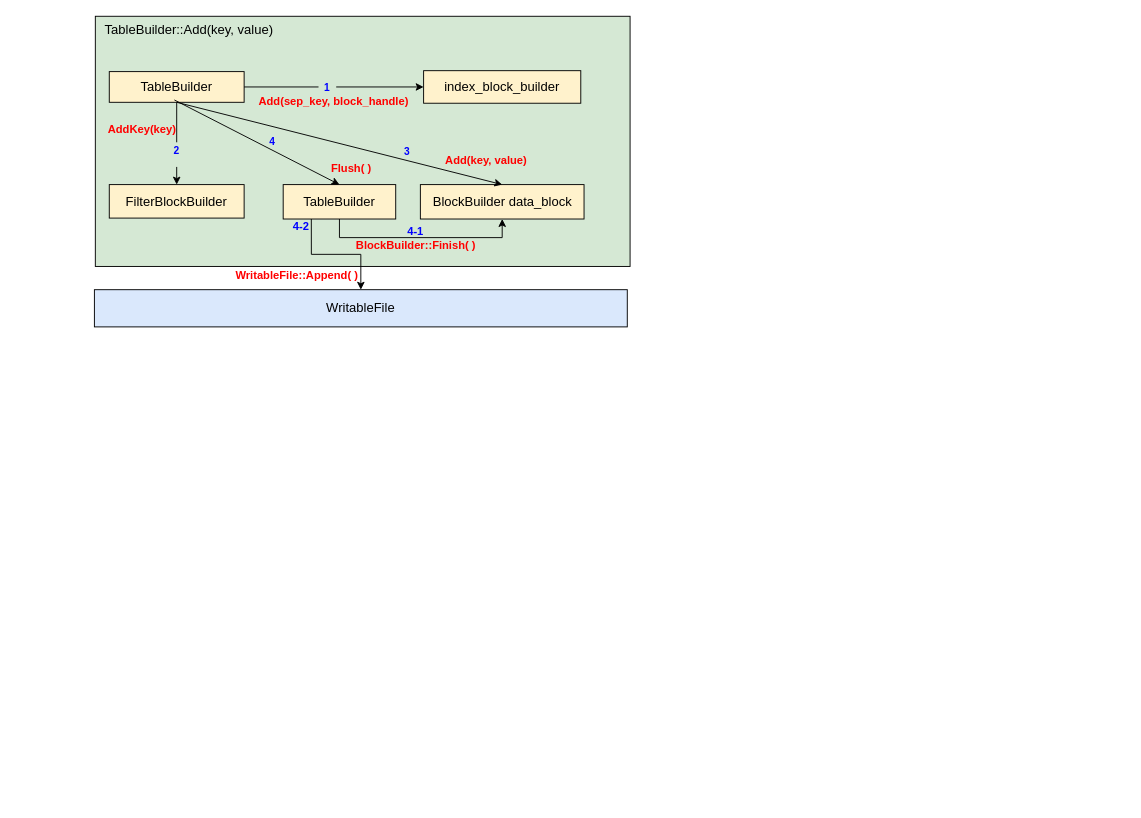
This is page "第 3 页" (3 of 3) of LevelDB Code.drawio from Holworth/DrawIO, a draw.io file, before an edit. Source tidied: cells renumbered, new cells numbered last; positions are measured from the earlier drawing's top-left corner, leaving out a move shared by most shapes. Both pictures are drawn from the tidied source at 93%, with x=0, y=0 at pixel (94, 16).
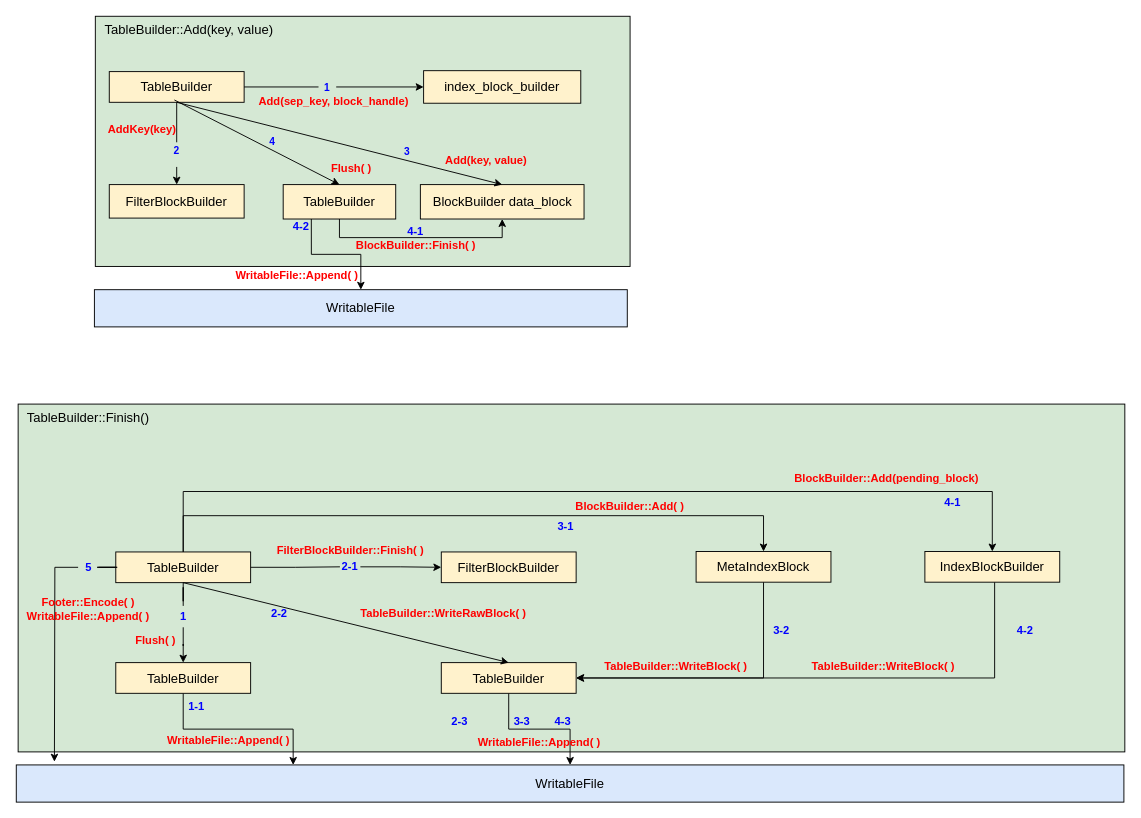
The same page after the edit.

The edit, as a diff of the source:
```diff
@@
+    <mxCell id="30" style="rounded=0;whiteSpace=wrap;html=1;fontSize=14;strokeColor=#000000;fillColor=#d5e8d4;" parent="1" vertex="1">
+      <mxGeometry x="-82" y="417" width="1190" height="374" as="geometry" />
+    </mxCell>
+    <mxCell id="31" value="&lt;font style=&quot;font-size: 14px;&quot; color=&quot;#000000&quot;&gt;TableBuilder::Finish()&lt;/font&gt;" style="text;html=1;strokeColor=none;fillColor=none;align=center;verticalAlign=middle;whiteSpace=wrap;rounded=0;fontSize=12;fontColor=#FF0000;" parent="1" vertex="1">
+      <mxGeometry x="-82" y="417" width="151" height="30" as="geometry" />
+    </mxCell>
+    <mxCell id="32" style="edgeStyle=orthogonalEdgeStyle;rounded=0;jettySize=auto;html=1;entryX=0.5;entryY=0;entryDx=0;entryDy=0;startArrow=none;" parent="1" edge="1" source="40" target="39">
+      <mxGeometry relative="1" as="geometry" />
+    </mxCell>
+    <mxCell id="33" style="edgeStyle=orthogonalEdgeStyle;rounded=0;jettySize=auto;html=1;entryX=0;entryY=0.5;entryDx=0;entryDy=0;fontColor=#0000FF;startArrow=none;" parent="1" edge="1" source="47" target="46">
+      <mxGeometry relative="1" as="geometry" />
+    </mxCell>
+    <mxCell id="34" style="edgeStyle=orthogonalEdgeStyle;rounded=0;jettySize=auto;html=1;exitX=0.5;exitY=0;exitDx=0;exitDy=0;entryX=0.5;entryY=0;entryDx=0;entryDy=0;fontColor=#FF0000;" parent="1" edge="1" source="37" target="56">
+      <mxGeometry relative="1" as="geometry">
+        <Array as="points">
+          <mxPoint x="96" y="537" />
+          <mxPoint x="720" y="537" />
+        </Array>
+      </mxGeometry>
+    </mxCell>
+    <mxCell id="35" style="edgeStyle=orthogonalEdgeStyle;rounded=0;jettySize=auto;html=1;exitX=0.5;exitY=0;exitDx=0;exitDy=0;entryX=0.5;entryY=0;entryDx=0;entryDy=0;fontColor=#FF0000;" parent="1" edge="1" source="37" target="65">
+      <mxGeometry relative="1" as="geometry">
+        <Array as="points">
+          <mxPoint x="96" y="511" />
+          <mxPoint x="966" y="511" />
+        </Array>
+      </mxGeometry>
+    </mxCell>
+    <mxCell id="36" style="edgeStyle=orthogonalEdgeStyle;rounded=0;jettySize=auto;html=1;fontColor=#FF0000;startArrow=none;" parent="1" edge="1" source="71">
+      <mxGeometry relative="1" as="geometry">
+        <mxPoint x="-43" y="801.5" as="targetPoint" />
+      </mxGeometry>
+    </mxCell>
+    <mxCell id="37" value="TableBuilder" style="rounded=0;whiteSpace=wrap;html=1;fontSize=14;strokeColor=#000000;fillColor=#fff2cc;" parent="1" vertex="1">
+      <mxGeometry x="23" y="576" width="145" height="33" as="geometry" />
+    </mxCell>
+    <mxCell id="38" style="edgeStyle=orthogonalEdgeStyle;rounded=0;jettySize=auto;html=1;entryX=0.25;entryY=0;entryDx=0;entryDy=0;fontColor=#0000FF;" parent="1" edge="1" source="39" target="43">
+      <mxGeometry relative="1" as="geometry" />
+    </mxCell>
+    <mxCell id="39" value="TableBuilder" style="rounded=0;whiteSpace=wrap;html=1;fontSize=14;strokeColor=#000000;fillColor=#fff2cc;" parent="1" vertex="1">
+      <mxGeometry x="23" y="695" width="145" height="33" as="geometry" />
+    </mxCell>
+    <mxCell id="40" value="&lt;b&gt;&lt;font color=&quot;#0000ff&quot;&gt;1&lt;/font&gt;&lt;/b&gt;" style="text;html=1;strokeColor=none;fillColor=none;align=center;verticalAlign=middle;whiteSpace=wrap;rounded=0;" parent="1" vertex="1">
+      <mxGeometry x="81.5" y="634" width="28" height="23" as="geometry" />
+    </mxCell>
+    <mxCell id="41" style="edgeStyle=orthogonalEdgeStyle;rounded=0;jettySize=auto;html=1;entryX=0.5;entryY=0;entryDx=0;entryDy=0;endArrow=none;" parent="1" edge="1" source="37" target="40">
+      <mxGeometry relative="1" as="geometry" />
+    </mxCell>
+    <mxCell id="42" value="&lt;b&gt;&lt;font color=&quot;#ff0000&quot;&gt;Flush( )&lt;/font&gt;&lt;/b&gt;" style="text;html=1;strokeColor=none;fillColor=none;align=center;verticalAlign=middle;whiteSpace=wrap;rounded=0;" parent="1" vertex="1">
+      <mxGeometry x="36" y="657" width="60" height="30" as="geometry" />
+    </mxCell>
+    <mxCell id="43" value="WritableFile" style="rounded=0;whiteSpace=wrap;html=1;fontSize=14;strokeColor=#000000;fillColor=#dae8fc;" parent="1" vertex="1">
+      <mxGeometry x="-84" y="805" width="1191" height="40" as="geometry" />
+    </mxCell>
+    <mxCell id="44" value="&lt;b&gt;&lt;font color=&quot;#0000ff&quot;&gt;1-1&lt;/font&gt;&lt;/b&gt;" style="text;html=1;strokeColor=none;fillColor=none;align=center;verticalAlign=middle;whiteSpace=wrap;rounded=0;" parent="1" vertex="1">
+      <mxGeometry x="96" y="730" width="28" height="23" as="geometry" />
+    </mxCell>
+    <mxCell id="45" value="&lt;font color=&quot;#ff0000&quot;&gt;&lt;b&gt;WritableFile::Append( )&lt;/b&gt;&lt;/font&gt;" style="text;html=1;strokeColor=none;fillColor=none;align=center;verticalAlign=middle;whiteSpace=wrap;rounded=0;" parent="1" vertex="1">
+      <mxGeometry x="74" y="764" width="141" height="30" as="geometry" />
+    </mxCell>
+    <mxCell id="46" value="FilterBlockBuilder" style="rounded=0;whiteSpace=wrap;html=1;fontSize=14;strokeColor=#000000;fillColor=#fff2cc;" parent="1" vertex="1">
+      <mxGeometry x="373" y="576" width="145" height="33" as="geometry" />
+    </mxCell>
+    <mxCell id="47" value="&lt;font color=&quot;#0000ff&quot;&gt;&lt;b&gt;2-1&lt;/b&gt;&lt;/font&gt;" style="text;html=1;strokeColor=none;fillColor=none;align=center;verticalAlign=middle;whiteSpace=wrap;rounded=0;" parent="1" vertex="1">
+      <mxGeometry x="264" y="581" width="22" height="22" as="geometry" />
+    </mxCell>
+    <mxCell id="48" style="edgeStyle=orthogonalEdgeStyle;rounded=0;jettySize=auto;html=1;entryX=0;entryY=0.5;entryDx=0;entryDy=0;fontColor=#0000FF;endArrow=none;" parent="1" edge="1" source="37" target="47">
+      <mxGeometry relative="1" as="geometry" />
+    </mxCell>
+    <mxCell id="49" value="&lt;b&gt;&lt;font color=&quot;#ff0000&quot;&gt;FilterBlockBuilder::Finish( )&lt;/font&gt;&lt;/b&gt;" style="text;html=1;strokeColor=none;fillColor=none;align=center;verticalAlign=middle;whiteSpace=wrap;rounded=0;fontColor=#0000FF;" parent="1" vertex="1">
+      <mxGeometry x="191.8" y="560" width="166.5" height="30" as="geometry" />
+    </mxCell>
+    <mxCell id="50" style="edgeStyle=orthogonalEdgeStyle;rounded=0;jettySize=auto;html=1;fontColor=#FF0000;" parent="1" edge="1" source="51" target="43">
+      <mxGeometry relative="1" as="geometry" />
+    </mxCell>
+    <mxCell id="51" value="TableBuilder" style="rounded=0;whiteSpace=wrap;html=1;fontSize=14;strokeColor=#000000;fillColor=#fff2cc;" parent="1" vertex="1">
+      <mxGeometry x="373" y="695" width="145" height="33" as="geometry" />
+    </mxCell>
+    <mxCell id="52" style="endArrow=classic;html=1;rounded=0;fontColor=#FF0000;exitX=0.5;exitY=1;exitDx=0;exitDy=0;entryX=0.5;entryY=0;entryDx=0;entryDy=0;" parent="1" edge="1" source="37" target="51">
+      <mxGeometry relative="1" as="geometry" />
+    </mxCell>
+    <mxCell id="53" value="&lt;font color=&quot;#0000ff&quot;&gt;&lt;b&gt;2-2&lt;/b&gt;&lt;/font&gt;" style="text;html=1;strokeColor=none;fillColor=none;align=center;verticalAlign=middle;whiteSpace=wrap;rounded=0;" parent="1" vertex="1">
+      <mxGeometry x="188" y="631" width="22" height="22" as="geometry" />
+    </mxCell>
+    <mxCell id="54" value="&lt;b&gt;&lt;font color=&quot;#ff0000&quot;&gt;TableBuilder::WriteRawBlock( )&lt;/font&gt;&lt;/b&gt;" style="text;html=1;strokeColor=none;fillColor=none;align=center;verticalAlign=middle;whiteSpace=wrap;rounded=0;fontColor=#0000FF;" parent="1" vertex="1">
+      <mxGeometry x="280" y="627" width="191" height="30" as="geometry" />
+    </mxCell>
+    <mxCell id="55" style="edgeStyle=orthogonalEdgeStyle;rounded=0;jettySize=auto;html=1;exitX=0.5;exitY=1;exitDx=0;exitDy=0;entryX=1;entryY=0.5;entryDx=0;entryDy=0;fontColor=#FF0000;" parent="1" edge="1" source="56" target="51">
+      <mxGeometry relative="1" as="geometry" />
+    </mxCell>
+    <mxCell id="56" value="MetaIndexBlock" style="rounded=0;whiteSpace=wrap;html=1;fontSize=14;strokeColor=#000000;fillColor=#fff2cc;" parent="1" vertex="1">
+      <mxGeometry x="647" y="575.5" width="145" height="33" as="geometry" />
+    </mxCell>
+    <mxCell id="57" value="&lt;font color=&quot;#0000ff&quot;&gt;&lt;b&gt;3-1&lt;/b&gt;&lt;/font&gt;" style="text;html=1;strokeColor=none;fillColor=none;align=center;verticalAlign=middle;whiteSpace=wrap;rounded=0;" parent="1" vertex="1">
+      <mxGeometry x="496" y="538" width="22" height="22" as="geometry" />
+    </mxCell>
+    <mxCell id="58" value="&lt;font color=&quot;#0000ff&quot;&gt;&lt;b&gt;2-3&lt;/b&gt;&lt;/font&gt;" style="text;html=1;strokeColor=none;fillColor=none;align=center;verticalAlign=middle;whiteSpace=wrap;rounded=0;" parent="1" vertex="1">
+      <mxGeometry x="382" y="748" width="22" height="22" as="geometry" />
+    </mxCell>
+    <mxCell id="59" value="&lt;font color=&quot;#ff0000&quot;&gt;&lt;b&gt;WritableFile::Append( )&lt;/b&gt;&lt;/font&gt;" style="text;html=1;strokeColor=none;fillColor=none;align=center;verticalAlign=middle;whiteSpace=wrap;rounded=0;" parent="1" vertex="1">
+      <mxGeometry x="408" y="766" width="141" height="30" as="geometry" />
+    </mxCell>
+    <mxCell id="60" value="&lt;b&gt;BlockBuilder::Add( )&lt;/b&gt;" style="text;html=1;strokeColor=none;fillColor=none;align=center;verticalAlign=middle;whiteSpace=wrap;rounded=0;fontColor=#FF0000;" parent="1" vertex="1">
+      <mxGeometry x="515" y="512" width="122" height="30" as="geometry" />
+    </mxCell>
+    <mxCell id="61" value="&lt;font color=&quot;#0000ff&quot;&gt;&lt;b&gt;3-2&lt;/b&gt;&lt;/font&gt;" style="text;html=1;strokeColor=none;fillColor=none;align=center;verticalAlign=middle;whiteSpace=wrap;rounded=0;" parent="1" vertex="1">
+      <mxGeometry x="728" y="650" width="22" height="22" as="geometry" />
+    </mxCell>
+    <mxCell id="62" value="&lt;b&gt;TableBuilder::WriteBlock( )&lt;/b&gt;" style="text;html=1;strokeColor=none;fillColor=none;align=center;verticalAlign=middle;whiteSpace=wrap;rounded=0;fontColor=#FF0000;" parent="1" vertex="1">
+      <mxGeometry x="547" y="684" width="157" height="30" as="geometry" />
+    </mxCell>
+    <mxCell id="63" value="&lt;font color=&quot;#0000ff&quot;&gt;&lt;b&gt;3-3&lt;/b&gt;&lt;/font&gt;" style="text;html=1;strokeColor=none;fillColor=none;align=center;verticalAlign=middle;whiteSpace=wrap;rounded=0;" parent="1" vertex="1">
+      <mxGeometry x="449" y="748" width="22" height="22" as="geometry" />
+    </mxCell>
+    <mxCell id="64" style="edgeStyle=orthogonalEdgeStyle;rounded=0;jettySize=auto;html=1;entryX=1;entryY=0.5;entryDx=0;entryDy=0;fontColor=#FF0000;" parent="1" edge="1" source="65" target="51">
+      <mxGeometry relative="1" as="geometry">
+        <Array as="points">
+          <mxPoint x="968" y="712" />
+        </Array>
+      </mxGeometry>
+    </mxCell>
+    <mxCell id="65" value="IndexBlockBuilder" style="rounded=0;whiteSpace=wrap;html=1;fontSize=14;strokeColor=#000000;fillColor=#fff2cc;" parent="1" vertex="1">
+      <mxGeometry x="893" y="575.5" width="145" height="33" as="geometry" />
+    </mxCell>
+    <mxCell id="66" value="&lt;font color=&quot;#0000ff&quot;&gt;&lt;b&gt;4-1&lt;/b&gt;&lt;/font&gt;" style="text;html=1;strokeColor=none;fillColor=none;align=center;verticalAlign=middle;whiteSpace=wrap;rounded=0;" parent="1" vertex="1">
+      <mxGeometry x="912" y="512" width="22" height="22" as="geometry" />
+    </mxCell>
+    <mxCell id="67" value="&lt;b&gt;BlockBuilder::Add(pending_block)&lt;/b&gt;" style="text;html=1;strokeColor=none;fillColor=none;align=center;verticalAlign=middle;whiteSpace=wrap;rounded=0;fontColor=#FF0000;" parent="1" vertex="1">
+      <mxGeometry x="750" y="482" width="204" height="30" as="geometry" />
+    </mxCell>
+    <mxCell id="68" value="&lt;font color=&quot;#0000ff&quot;&gt;&lt;b&gt;4-2&lt;/b&gt;&lt;/font&gt;" style="text;html=1;strokeColor=none;fillColor=none;align=center;verticalAlign=middle;whiteSpace=wrap;rounded=0;" parent="1" vertex="1">
+      <mxGeometry x="990" y="650" width="22" height="22" as="geometry" />
+    </mxCell>
+    <mxCell id="69" value="&lt;b&gt;TableBuilder::WriteBlock( )&lt;/b&gt;" style="text;html=1;strokeColor=none;fillColor=none;align=center;verticalAlign=middle;whiteSpace=wrap;rounded=0;fontColor=#FF0000;" parent="1" vertex="1">
+      <mxGeometry x="770" y="684" width="157" height="30" as="geometry" />
+    </mxCell>
+    <mxCell id="70" value="&lt;font color=&quot;#0000ff&quot;&gt;&lt;b&gt;4-3&lt;/b&gt;&lt;/font&gt;" style="text;html=1;strokeColor=none;fillColor=none;align=center;verticalAlign=middle;whiteSpace=wrap;rounded=0;" parent="1" vertex="1">
+      <mxGeometry x="493" y="748" width="22" height="22" as="geometry" />
+    </mxCell>
+    <mxCell id="71" value="&lt;font color=&quot;#0000ff&quot;&gt;&lt;b&gt;5&lt;/b&gt;&lt;/font&gt;" style="text;html=1;strokeColor=none;fillColor=none;align=center;verticalAlign=middle;whiteSpace=wrap;rounded=0;" parent="1" vertex="1">
+      <mxGeometry x="-17.5" y="581.5" width="22" height="22" as="geometry" />
+    </mxCell>
+    <mxCell id="72" style="edgeStyle=orthogonalEdgeStyle;rounded=0;jettySize=auto;html=1;fontColor=#FF0000;endArrow=none;" parent="1" edge="1" source="37" target="71">
+      <mxGeometry relative="1" as="geometry" />
+    </mxCell>
+    <mxCell id="73" value="&lt;font color=&quot;#ff0000&quot;&gt;&lt;b&gt;Footer::Encode( )&lt;br&gt;WritableFile::Append( )&lt;br&gt;&lt;/b&gt;&lt;/font&gt;" style="text;html=1;strokeColor=none;fillColor=none;align=center;verticalAlign=middle;whiteSpace=wrap;rounded=0;" parent="1" vertex="1">
+      <mxGeometry x="-77" y="623" width="141" height="30" as="geometry" />
+    </mxCell>
```
